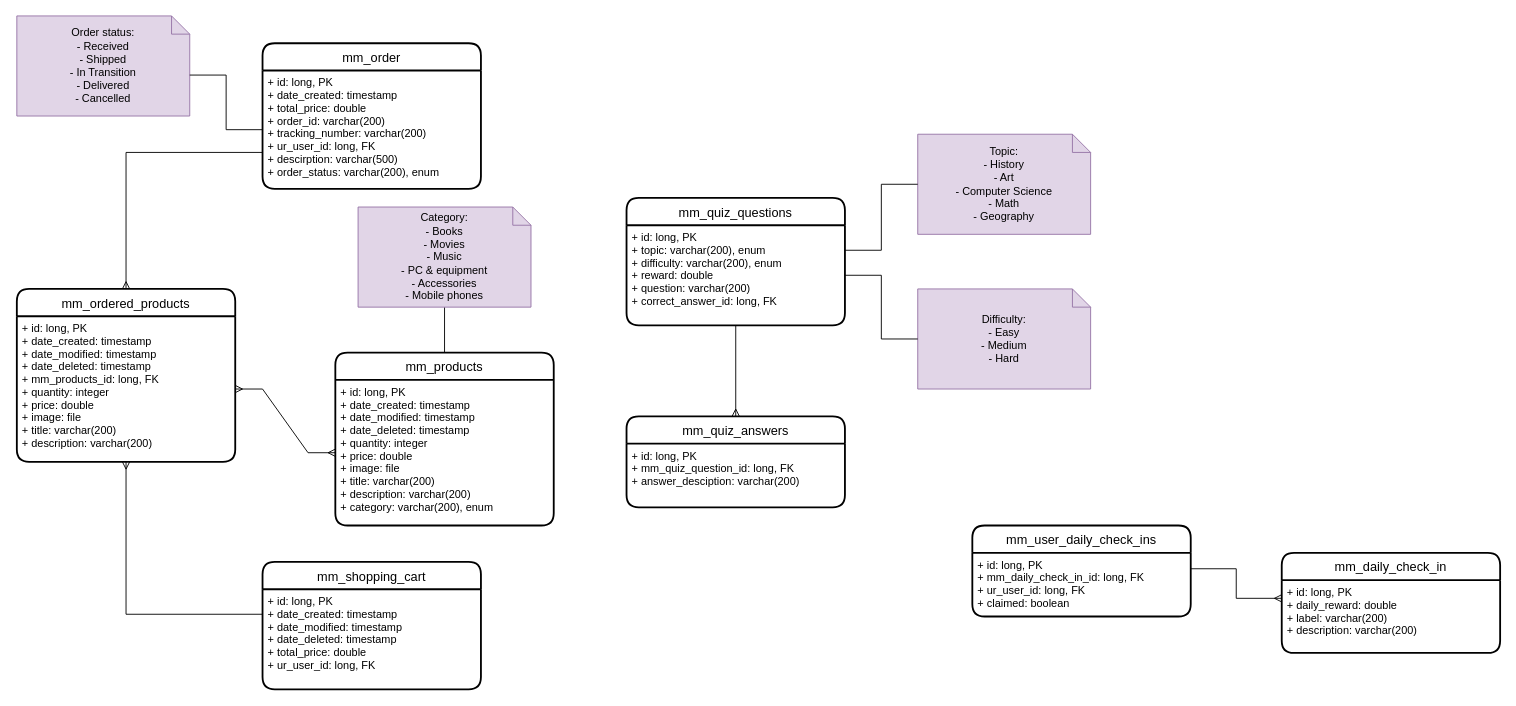
bbozilov26/EMT_2023_backend keeps this draw.io diagram as page "metamodels" (2 of 2) of EMT_diagrams.drawio. Above is the earlier version. Source tidied: cells renumbered, new cells numbered last; positions are measured from the earlier drawing's top-left corner, leaving out a move shared by most shapes. Both pictures are drawn from the tidied source at 91%, with x=0, y=0 at pixel (16, 15).
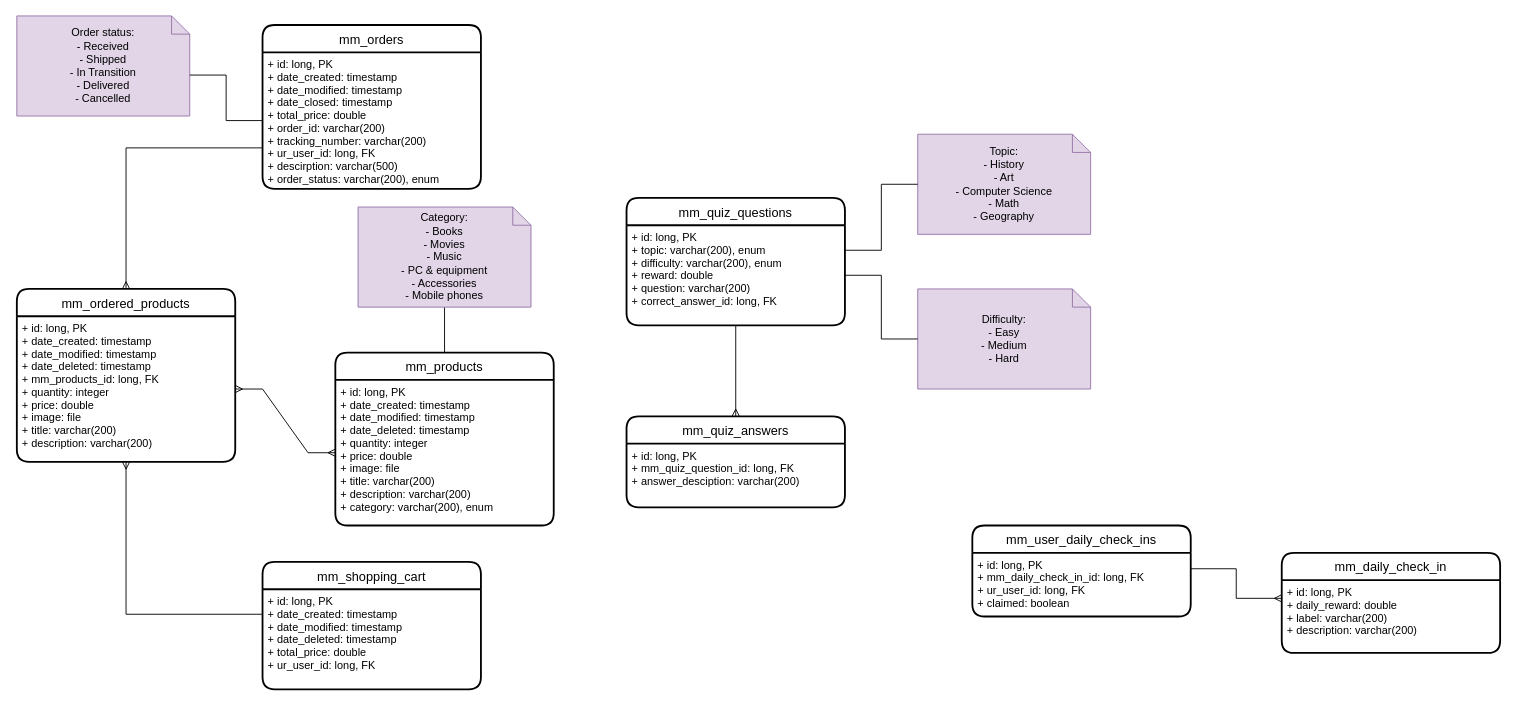
Above is the later version.

What changed in the source:
```diff
@@
-    <mxCell id="22" value="mm_order" style="swimlane;horizontal=1;startSize=30;rounded=1;fontSize=14;fontStyle=0;strokeWidth=2;shadow=0;dashed=0;align=center;" parent="1" vertex="1">
-      <mxGeometry x="270" y="30" width="240" height="160" as="geometry" />
+    <mxCell id="22" value="mm_orders" style="swimlane;horizontal=1;startSize=30;rounded=1;fontSize=14;fontStyle=0;strokeWidth=2;shadow=0;dashed=0;align=center;" parent="1" vertex="1">
+      <mxGeometry x="270" y="10" width="240" height="180" as="geometry" />
     </mxCell>
-    <mxCell id="23" value="+ id: long, PK&#10;+ date_created: timestamp&#10;+ total_price: double&#10;+ order_id: varchar(200)&#10;+ tracking_number: varchar(200)&#10;+ ur_user_id: long, FK&#10;+ descirption: varchar(500)&#10;+ order_status: varchar(200), enum" style="align=left;strokeColor=none;fillColor=none;spacingLeft=4;fontSize=12;verticalAlign=top;" parent="22" vertex="1">
-      <mxGeometry y="30" width="240" height="130" as="geometry" />
+    <mxCell id="23" value="+ id: long, PK&#10;+ date_created: timestamp&#10;+ date_modified: timestamp&#10;+ date_closed: timestamp&#10;+ total_price: double&#10;+ order_id: varchar(200)&#10;+ tracking_number: varchar(200)&#10;+ ur_user_id: long, FK&#10;+ descirption: varchar(500)&#10;+ order_status: varchar(200), enum" style="align=left;strokeColor=none;fillColor=none;spacingLeft=4;fontSize=12;verticalAlign=top;" parent="22" vertex="1">
+      <mxGeometry y="30" width="240" height="150" as="geometry" />
     </mxCell>
```
